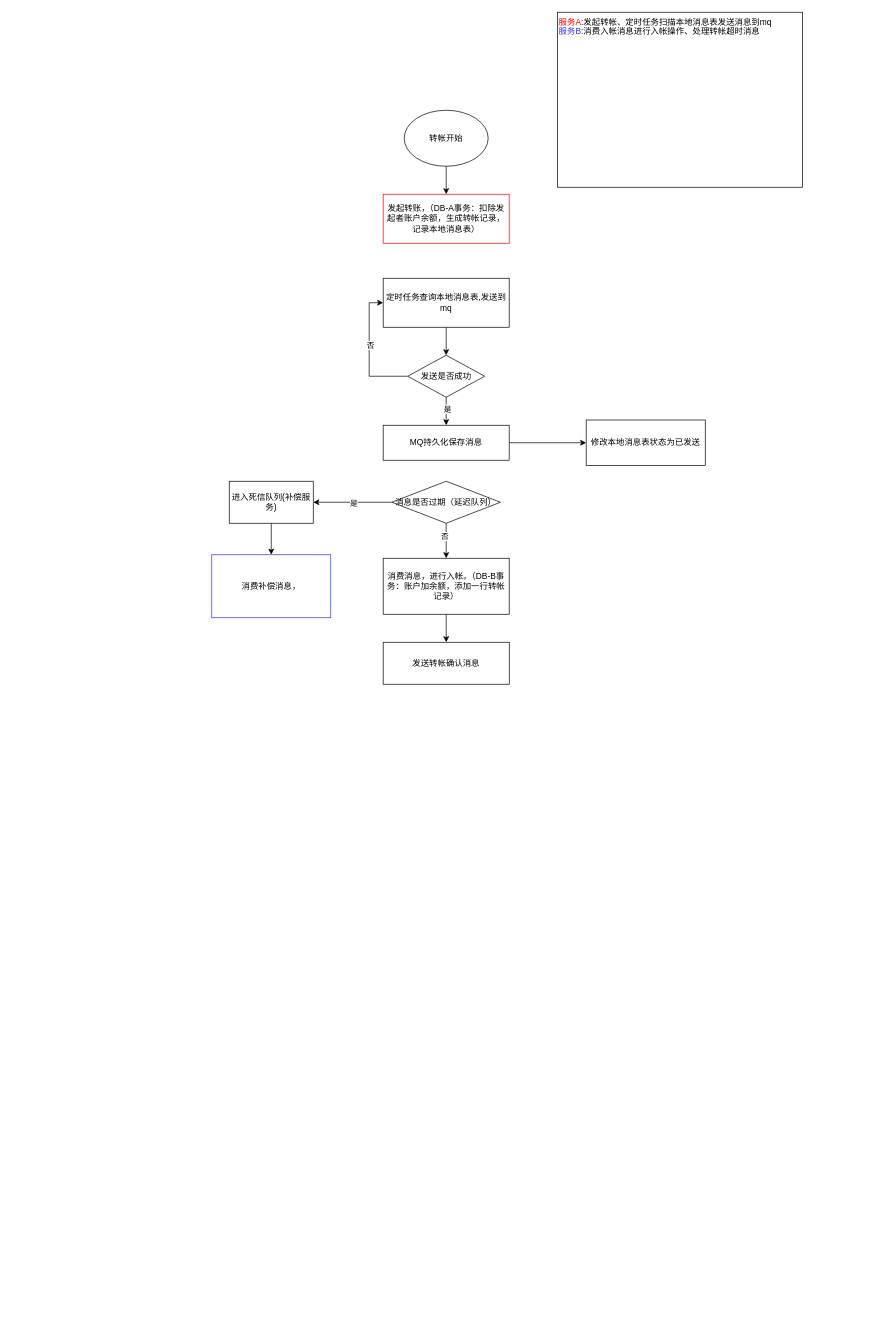
This is transfer-v2-跨数据库.drawio from liepig1223/drawio, a draw.io file, before an edit. Source tidied: cells renumbered, new cells numbered last; positions are measured from the earlier drawing's top-left corner, leaving out a move shared by most shapes. Both pictures are drawn from the tidied source at 70%, with x=0, y=0 at pixel (211, 12).
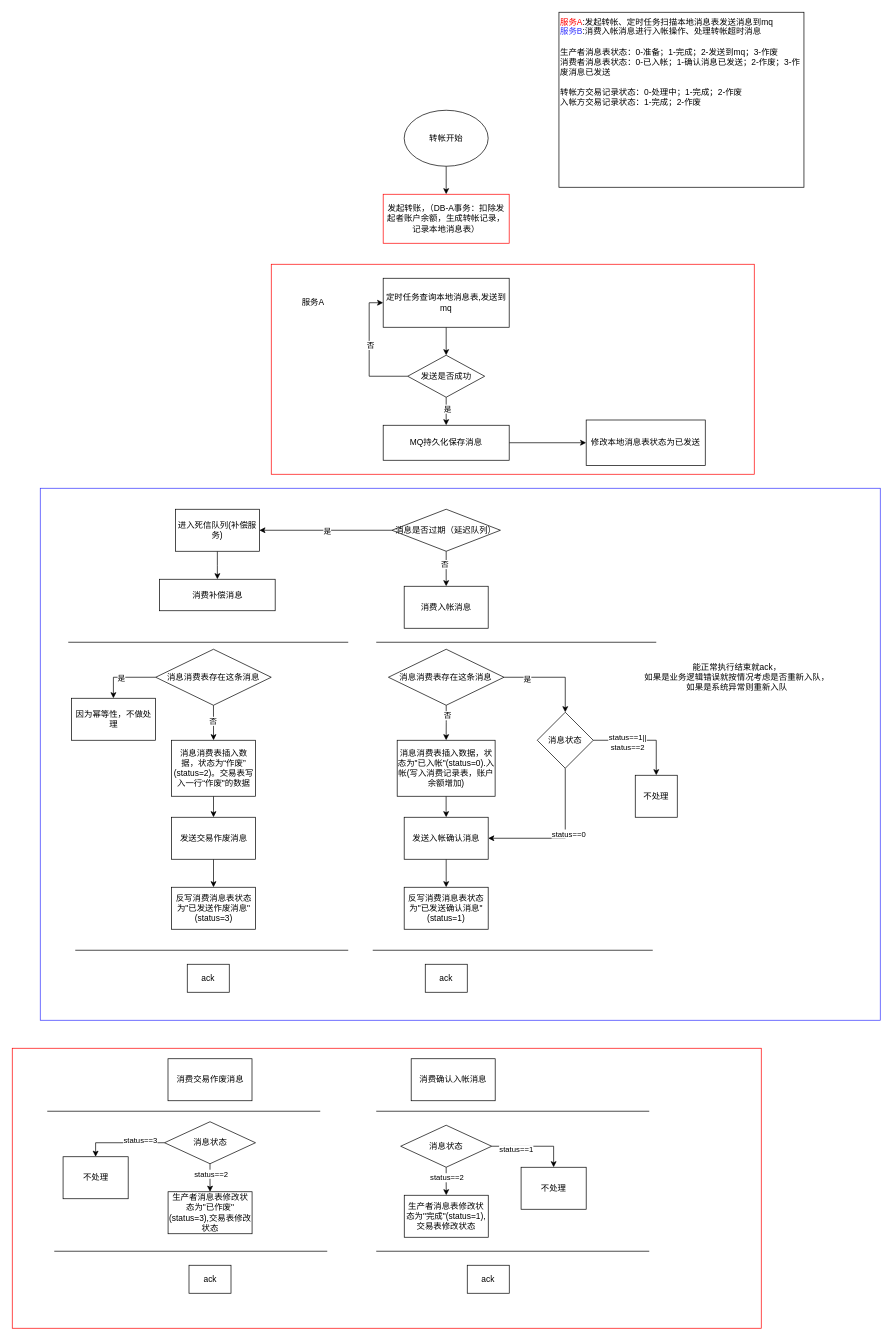
The same page after the edit.

Commit message:
更新transfer-v2-跨数据库.drawio

Diff of the diagram source:
```diff
@@
+    <mxCell id="27" style="rounded=0;whiteSpace=wrap;html=1;strokeColor=#FF0000;" parent="1" vertex="1">
+      <mxGeometry x="-285" y="1480" width="1070" height="400" as="geometry" />
+    </mxCell>
+    <mxCell id="28" style="rounded=0;whiteSpace=wrap;html=1;strokeColor=#3333FF;" parent="1" vertex="1">
+      <mxGeometry x="-245" y="680" width="1200" height="760" as="geometry" />
+    </mxCell>
+    <mxCell id="29" style="rounded=0;whiteSpace=wrap;html=1;verticalAlign=middle;strokeColor=#FF0000;" parent="1" vertex="1">
+      <mxGeometry x="85" y="360" width="690" height="300" as="geometry" />
+    </mxCell>
@@
-    <mxCell id="16" style="edgeStyle=orthogonalEdgeStyle;rounded=0;jettySize=auto;html=1;exitX=0.5;exitY=1;exitDx=0;exitDy=0;entryX=0.5;entryY=0;entryDx=0;entryDy=0;" parent="1" edge="1" source="18" target="22">
+    <mxCell id="16" style="edgeStyle=orthogonalEdgeStyle;rounded=0;jettySize=auto;html=1;exitX=0.5;exitY=1;exitDx=0;exitDy=0;entryX=0.5;entryY=0;entryDx=0;entryDy=0;" parent="1" edge="1" source="18" target="39">
       <mxGeometry relative="1" as="geometry" />
     </mxCell>
@@
     <mxCell id="18" value="消息是否过期（延迟队列）" style="rhombus;whiteSpace=wrap;html=1;" parent="1" vertex="1">
-      <mxGeometry x="257.4" y="670" width="155" height="60" as="geometry" />
+      <mxGeometry x="257.4" y="710" width="155" height="60" as="geometry" />
     </mxCell>
@@
     <mxCell id="20" value="进入死信队列(补偿服务)" style="rounded=0;whiteSpace=wrap;html=1;" parent="1" vertex="1">
-      <mxGeometry x="25" y="670" width="120" height="60" as="geometry" />
+      <mxGeometry x="-52" y="710" width="120" height="60" as="geometry" />
     </mxCell>
-    <mxCell id="21" style="edgeStyle=orthogonalEdgeStyle;rounded=0;jettySize=auto;html=1;exitX=0.5;exitY=1;exitDx=0;exitDy=0;entryX=0.5;entryY=0;entryDx=0;entryDy=0;" parent="1" edge="1" source="22" target="23">
-      <mxGeometry relative="1" as="geometry" />
-    </mxCell>
-    <mxCell id="22" value="消费消息，进行入帐。（DB-B事务：账户加余额，添加一行转帐记录）" style="rounded=0;whiteSpace=wrap;html=1;" parent="1" vertex="1">
-      <mxGeometry x="244.9" y="780" width="180" height="80" as="geometry" />
-    </mxCell>
-    <mxCell id="23" value="发送转帐确认消息" style="rounded=0;whiteSpace=wrap;html=1;" parent="1" vertex="1">
-      <mxGeometry x="244.9" y="900" width="180.1" height="60" as="geometry" />
-    </mxCell>
-    <mxCell id="24" value="消费补偿消息，" style="rounded=0;whiteSpace=wrap;html=1;strokeColor=#3333FF;" parent="1" vertex="1">
-      <mxGeometry y="775" width="170" height="90" as="geometry" />
+    <mxCell id="24" value="消费补偿消息" style="rounded=0;whiteSpace=wrap;html=1;strokeColor=#000000;" parent="1" vertex="1">
+      <mxGeometry x="-74.5" y="810" width="165.1" height="45" as="geometry" />
     </mxCell>
@@
-    <mxCell id="26" value="&lt;div&gt;&lt;span style=&quot;color: rgb(255, 0, 0);&quot;&gt;服务A&lt;/span&gt;:发起转帐、定时任务扫描本地消息表发送消息到mq&lt;/div&gt;&lt;div&gt;&lt;span style=&quot;color: rgb(51, 51, 255);&quot;&gt;服务B&lt;/span&gt;:消费入帐消息进行入帐操作、处理转帐超时消息&lt;br&gt;&lt;/div&gt;" style="rounded=0;whiteSpace=wrap;html=1;align=left;verticalAlign=top;" parent="1" vertex="1">
-      <mxGeometry x="494" width="350" height="250" as="geometry" />
+    <mxCell id="26" value="&lt;div&gt;&lt;span style=&quot;color: rgb(255, 0, 0);&quot;&gt;服务A&lt;/span&gt;:发起转帐、定时任务扫描本地消息表发送消息到mq&lt;/div&gt;&lt;div&gt;&lt;span style=&quot;color: rgb(51, 51, 255);&quot;&gt;服务B&lt;/span&gt;:消费入帐消息进行入帐操作、处理转帐超时消息&lt;br&gt;&lt;/div&gt;&lt;div&gt;&lt;br&gt;&lt;/div&gt;&lt;div&gt;生产者消息表状态：0-准备；1-完成；2-发送到mq；3-作废&lt;/div&gt;&lt;div&gt;消费者消息表状态：0-已入帐；1-确认消息已发送；2-作废；3-作废消息已发送&lt;br&gt;&lt;/div&gt;&lt;div&gt;&lt;br&gt;&lt;/div&gt;&lt;div&gt;转帐方交易记录状态：0-处理中；1-完成；2-作废&lt;/div&gt;&lt;div&gt;入帐方交易记录状态：1-完成；2-作废&lt;/div&gt;" style="rounded=0;whiteSpace=wrap;html=1;align=left;verticalAlign=top;" parent="1" vertex="1">
+      <mxGeometry x="496" width="350" height="250" as="geometry" />
     </mxCell>
+    <mxCell id="30" value="服务A" style="text;html=1;align=center;verticalAlign=middle;whiteSpace=wrap;rounded=0;" parent="1" vertex="1">
+      <mxGeometry x="115" y="400" width="60" height="30" as="geometry" />
+    </mxCell>
+    <mxCell id="31" style="edgeStyle=orthogonalEdgeStyle;rounded=0;jettySize=auto;html=1;exitX=0.5;exitY=1;exitDx=0;exitDy=0;entryX=0.5;entryY=0;entryDx=0;entryDy=0;" parent="1" edge="1" source="35" target="37">
+      <mxGeometry relative="1" as="geometry" />
+    </mxCell>
+    <mxCell id="32" value="否" style="edgeLabel;html=1;align=center;verticalAlign=middle;" parent="31" vertex="1">
+      <mxGeometry x="-0.12" y="-1" relative="1" as="geometry" />
+    </mxCell>
+    <mxCell id="33" style="edgeStyle=orthogonalEdgeStyle;rounded=0;jettySize=auto;html=1;exitX=0;exitY=0.5;exitDx=0;exitDy=0;entryX=0.5;entryY=0;entryDx=0;entryDy=0;" parent="1" edge="1" source="35" target="38">
+      <mxGeometry relative="1" as="geometry" />
+    </mxCell>
+    <mxCell id="34" value="是" style="edgeLabel;html=1;align=center;verticalAlign=middle;" parent="33" vertex="1">
+      <mxGeometry x="0.09" y="1" relative="1" as="geometry" />
+    </mxCell>
+    <mxCell id="35" value="消息消费表存在这条消息" style="rhombus;whiteSpace=wrap;html=1;" parent="1" vertex="1">
+      <mxGeometry x="-80.1" y="910" width="165.1" height="80" as="geometry" />
+    </mxCell>
+    <mxCell id="36" style="edgeStyle=orthogonalEdgeStyle;rounded=0;jettySize=auto;html=1;" parent="1" edge="1" source="37" target="65">
+      <mxGeometry relative="1" as="geometry" />
+    </mxCell>
+    <mxCell id="37" value="消息消费表插入数据，状态为“作废”(status=2)。交易表写入一行“作废&quot;的数据" style="rounded=0;whiteSpace=wrap;html=1;" parent="1" vertex="1">
+      <mxGeometry x="-57.5" y="1040" width="120.1" height="80" as="geometry" />
+    </mxCell>
+    <mxCell id="38" value="因为幂等性，不做处理" style="rounded=0;whiteSpace=wrap;html=1;" parent="1" vertex="1">
+      <mxGeometry x="-200.5" y="980" width="120" height="60" as="geometry" />
+    </mxCell>
+    <mxCell id="39" value="消费入帐消息" style="rounded=0;whiteSpace=wrap;html=1;" parent="1" vertex="1">
+      <mxGeometry x="274.9" y="820" width="120" height="60" as="geometry" />
+    </mxCell>
+    <mxCell id="40" style="edgeStyle=orthogonalEdgeStyle;rounded=0;jettySize=auto;html=1;entryX=0.5;entryY=0;entryDx=0;entryDy=0;" parent="1" edge="1" source="44" target="51">
+      <mxGeometry relative="1" as="geometry" />
+    </mxCell>
+    <mxCell id="41" value="是" style="edgeLabel;html=1;align=center;verticalAlign=middle;" parent="40" vertex="1">
+      <mxGeometry x="-0.52" y="-2" relative="1" as="geometry" />
+    </mxCell>
+    <mxCell id="42" style="edgeStyle=orthogonalEdgeStyle;rounded=0;jettySize=auto;html=1;exitX=0.5;exitY=1;exitDx=0;exitDy=0;entryX=0.5;entryY=0;entryDx=0;entryDy=0;" parent="1" edge="1" source="44" target="46">
+      <mxGeometry relative="1" as="geometry" />
+    </mxCell>
+    <mxCell id="43" value="否" style="edgeLabel;html=1;align=center;verticalAlign=middle;" parent="42" vertex="1">
+      <mxGeometry x="-0.4" y="2" relative="1" as="geometry" />
+    </mxCell>
+    <mxCell id="44" value="消息消费表存在这条消息" style="rhombus;whiteSpace=wrap;html=1;" parent="1" vertex="1">
+      <mxGeometry x="252.4" y="910" width="165.1" height="80" as="geometry" />
+    </mxCell>
+    <mxCell id="45" style="edgeStyle=orthogonalEdgeStyle;rounded=0;jettySize=auto;html=1;entryX=0.5;entryY=0;entryDx=0;entryDy=0;" parent="1" edge="1" source="46" target="54">
+      <mxGeometry relative="1" as="geometry" />
+    </mxCell>
+    <mxCell id="46" value="消息消费表插入数据，状态为&quot;已入帐&quot;(status=0).入帐(写入消费记录表，账户余额增加)" style="rounded=0;whiteSpace=wrap;html=1;" parent="1" vertex="1">
+      <mxGeometry x="264.9" y="1040" width="139.9" height="80" as="geometry" />
+    </mxCell>
+    <mxCell id="47" style="edgeStyle=orthogonalEdgeStyle;rounded=0;jettySize=auto;html=1;exitX=0.5;exitY=1;exitDx=0;exitDy=0;entryX=1;entryY=0.5;entryDx=0;entryDy=0;" parent="1" edge="1" source="51" target="54">
+      <mxGeometry relative="1" as="geometry" />
+    </mxCell>
+    <mxCell id="48" value="status==0" style="edgeLabel;html=1;align=center;verticalAlign=middle;" parent="47" vertex="1">
+      <mxGeometry x="-0.11" y="4" relative="1" as="geometry" />
+    </mxCell>
+    <mxCell id="49" style="edgeStyle=orthogonalEdgeStyle;rounded=0;jettySize=auto;html=1;entryX=0.5;entryY=0;entryDx=0;entryDy=0;" parent="1" edge="1" source="51" target="52">
+      <mxGeometry relative="1" as="geometry" />
+    </mxCell>
+    <mxCell id="50" value="&lt;div&gt;status==1||&lt;/div&gt;&lt;div&gt;status==2&lt;/div&gt;" style="edgeLabel;html=1;align=center;verticalAlign=middle;" parent="49" vertex="1">
+      <mxGeometry x="-0.31" y="-2" relative="1" as="geometry" />
+    </mxCell>
+    <mxCell id="51" value="消息状态" style="rhombus;whiteSpace=wrap;html=1;" parent="1" vertex="1">
+      <mxGeometry x="465" y="1000" width="80" height="80" as="geometry" />
+    </mxCell>
+    <mxCell id="52" value="不处理" style="rounded=0;whiteSpace=wrap;html=1;" parent="1" vertex="1">
+      <mxGeometry x="605" y="1090" width="60" height="60" as="geometry" />
+    </mxCell>
+    <mxCell id="53" style="edgeStyle=orthogonalEdgeStyle;rounded=0;jettySize=auto;html=1;" parent="1" edge="1" source="54" target="55">
+      <mxGeometry relative="1" as="geometry" />
+    </mxCell>
+    <mxCell id="54" value="发送入帐确认消息" style="rounded=0;whiteSpace=wrap;html=1;" parent="1" vertex="1">
+      <mxGeometry x="274.9" y="1150" width="120" height="60" as="geometry" />
+    </mxCell>
+    <mxCell id="55" value="反写消费消息表状态为&quot;已发送确认消息&quot;(status=1)" style="whiteSpace=wrap;html=1;rounded=0;" parent="1" vertex="1">
+      <mxGeometry x="274.9" y="1250" width="120" height="60" as="geometry" />
+    </mxCell>
+    <mxCell id="56" value="消费确认入帐消息" style="rounded=0;whiteSpace=wrap;html=1;" parent="1" vertex="1">
+      <mxGeometry x="284.9" y="1495" width="120" height="60" as="geometry" />
+    </mxCell>
+    <mxCell id="57" style="edgeStyle=orthogonalEdgeStyle;rounded=0;jettySize=auto;html=1;exitX=0.5;exitY=1;exitDx=0;exitDy=0;entryX=0.5;entryY=0;entryDx=0;entryDy=0;" parent="1" edge="1" source="61" target="62">
+      <mxGeometry relative="1" as="geometry" />
+    </mxCell>
+    <mxCell id="58" value="status==2" style="edgeLabel;html=1;align=center;verticalAlign=middle;" parent="57" vertex="1">
+      <mxGeometry x="-0.3" y="1" relative="1" as="geometry" />
+    </mxCell>
+    <mxCell id="59" style="edgeStyle=orthogonalEdgeStyle;rounded=0;jettySize=auto;html=1;exitX=1;exitY=0.5;exitDx=0;exitDy=0;entryX=0.5;entryY=0;entryDx=0;entryDy=0;" parent="1" edge="1" source="61" target="63">
+      <mxGeometry relative="1" as="geometry" />
+    </mxCell>
+    <mxCell id="60" value="status==1" style="edgeLabel;html=1;align=center;verticalAlign=middle;" parent="59" vertex="1">
+      <mxGeometry x="-0.41" y="-4" relative="1" as="geometry" />
+    </mxCell>
+    <mxCell id="61" value="消息状态" style="rhombus;whiteSpace=wrap;html=1;" parent="1" vertex="1">
+      <mxGeometry x="269.9" y="1590" width="130" height="60" as="geometry" />
+    </mxCell>
+    <mxCell id="62" value="生产者消息表修改状态为&quot;完成&quot;(status=1),交易表修改状态" style="rounded=0;whiteSpace=wrap;html=1;" parent="1" vertex="1">
+      <mxGeometry x="275" y="1690" width="120" height="60" as="geometry" />
+    </mxCell>
+    <mxCell id="63" value="不处理" style="rounded=0;whiteSpace=wrap;html=1;" parent="1" vertex="1">
+      <mxGeometry x="441.9" y="1650" width="93" height="60" as="geometry" />
+    </mxCell>
+    <mxCell id="64" style="edgeStyle=orthogonalEdgeStyle;rounded=0;jettySize=auto;html=1;entryX=0.5;entryY=0;entryDx=0;entryDy=0;" parent="1" edge="1" source="65" target="66">
+      <mxGeometry relative="1" as="geometry" />
+    </mxCell>
+    <mxCell id="65" value="发送交易作废消息" style="whiteSpace=wrap;html=1;rounded=0;" parent="1" vertex="1">
+      <mxGeometry x="-57.5" y="1150" width="120" height="60" as="geometry" />
+    </mxCell>
+    <mxCell id="66" value="反写消费消息表状态为&quot;已发送作废消息&quot;(status=3)" style="whiteSpace=wrap;html=1;rounded=0;" parent="1" vertex="1">
+      <mxGeometry x="-57.5" y="1250" width="120" height="60" as="geometry" />
+    </mxCell>
+    <mxCell id="67" value="消费交易作废消息" style="rounded=0;whiteSpace=wrap;html=1;" parent="1" vertex="1">
+      <mxGeometry x="-62.5" y="1495" width="120" height="60" as="geometry" />
+    </mxCell>
+    <mxCell id="68" style="edgeStyle=orthogonalEdgeStyle;rounded=0;jettySize=auto;html=1;exitX=0.5;exitY=1;exitDx=0;exitDy=0;entryX=0.5;entryY=0;entryDx=0;entryDy=0;" parent="1" edge="1" source="70" target="71">
+      <mxGeometry relative="1" as="geometry" />
+    </mxCell>
+    <mxCell id="69" value="status==2" style="edgeLabel;html=1;align=center;verticalAlign=middle;" parent="68" vertex="1">
+      <mxGeometry x="-0.3" y="1" relative="1" as="geometry" />
+    </mxCell>
+    <mxCell id="70" value="消息状态" style="rhombus;whiteSpace=wrap;html=1;" parent="1" vertex="1">
+      <mxGeometry x="-67.5" y="1585" width="130" height="60" as="geometry" />
+    </mxCell>
+    <mxCell id="71" value="生产者消息表修改状态为&quot;已作废&quot;(status=3),交易表修改状态" style="rounded=0;whiteSpace=wrap;html=1;" parent="1" vertex="1">
+      <mxGeometry x="-62.4" y="1685" width="120" height="60" as="geometry" />
+    </mxCell>
+    <mxCell id="72" value="不处理" style="rounded=0;whiteSpace=wrap;html=1;" parent="1" vertex="1">
+      <mxGeometry x="-212.4" y="1635" width="93" height="60" as="geometry" />
+    </mxCell>
+    <mxCell id="73" style="edgeStyle=orthogonalEdgeStyle;rounded=0;jettySize=auto;html=1;exitX=0;exitY=0.5;exitDx=0;exitDy=0;entryX=0.5;entryY=0;entryDx=0;entryDy=0;" parent="1" edge="1" source="70" target="72">
+      <mxGeometry relative="1" as="geometry" />
+    </mxCell>
+    <mxCell id="74" value="status==3" style="edgeLabel;html=1;align=center;verticalAlign=middle;" parent="73" vertex="1">
+      <mxGeometry x="-0.41" y="-4" relative="1" as="geometry" />
+    </mxCell>
+    <mxCell id="75" value="ack" style="rounded=0;whiteSpace=wrap;html=1;" parent="1" vertex="1">
+      <mxGeometry x="305" y="1360" width="60" height="40" as="geometry" />
+    </mxCell>
+    <mxCell id="76" style="endArrow=none;html=1;rounded=0;" parent="1" edge="1">
+      <mxGeometry relative="1" as="geometry">
+        <mxPoint x="235" y="900" as="sourcePoint" />
+        <mxPoint x="635" y="900" as="targetPoint" />
+      </mxGeometry>
+    </mxCell>
+    <mxCell id="77" style="endArrow=none;html=1;rounded=0;" parent="1" edge="1">
+      <mxGeometry relative="1" as="geometry">
+        <mxPoint x="230" y="1340" as="sourcePoint" />
+        <mxPoint x="630" y="1340" as="targetPoint" />
+      </mxGeometry>
+    </mxCell>
+    <mxCell id="78" value="&lt;div&gt;能正常执行结束就ack，&lt;/div&gt;&lt;div&gt;如果是业务逻辑错误就按情况考虑是否重新入队，&lt;/div&gt;&lt;div&gt;如果是系统异常则重新入队&lt;/div&gt;" style="text;html=1;align=center;verticalAlign=middle;strokeColor=none;fillColor=none;" parent="1" vertex="1">
+      <mxGeometry x="605" y="920" width="290" height="60" as="geometry" />
+    </mxCell>
+    <mxCell id="79" style="endArrow=none;html=1;rounded=0;" parent="1" edge="1">
+      <mxGeometry relative="1" as="geometry">
+        <mxPoint x="-195" y="1340" as="sourcePoint" />
+        <mxPoint x="195" y="1340" as="targetPoint" />
+      </mxGeometry>
+    </mxCell>
+    <mxCell id="80" style="endArrow=none;html=1;rounded=0;" parent="1" edge="1">
+      <mxGeometry relative="1" as="geometry">
+        <mxPoint x="-205" y="900" as="sourcePoint" />
+        <mxPoint x="195" y="900" as="targetPoint" />
+      </mxGeometry>
+    </mxCell>
+    <mxCell id="81" value="ack" style="rounded=0;whiteSpace=wrap;html=1;" parent="1" vertex="1">
+      <mxGeometry x="-35" y="1360" width="60" height="40" as="geometry" />
+    </mxCell>
+    <mxCell id="82" style="endArrow=none;html=1;rounded=0;" parent="1" edge="1">
+      <mxGeometry relative="1" as="geometry">
+        <mxPoint x="-235" y="1570" as="sourcePoint" />
+        <mxPoint x="155" y="1570" as="targetPoint" />
+      </mxGeometry>
+    </mxCell>
+    <mxCell id="83" style="endArrow=none;html=1;rounded=0;" parent="1" edge="1">
+      <mxGeometry relative="1" as="geometry">
+        <mxPoint x="235" y="1570" as="sourcePoint" />
+        <mxPoint x="625" y="1570" as="targetPoint" />
+      </mxGeometry>
+    </mxCell>
+    <mxCell id="84" style="endArrow=none;html=1;rounded=0;" parent="1" edge="1">
+      <mxGeometry relative="1" as="geometry">
+        <mxPoint x="-225" y="1770" as="sourcePoint" />
+        <mxPoint x="165" y="1770" as="targetPoint" />
+      </mxGeometry>
+    </mxCell>
+    <mxCell id="85" style="endArrow=none;html=1;rounded=0;" parent="1" edge="1">
+      <mxGeometry relative="1" as="geometry">
+        <mxPoint x="235" y="1770" as="sourcePoint" />
+        <mxPoint x="625" y="1770" as="targetPoint" />
+      </mxGeometry>
+    </mxCell>
+    <mxCell id="86" value="ack" style="rounded=0;whiteSpace=wrap;html=1;" parent="1" vertex="1">
+      <mxGeometry x="-32.5" y="1790" width="60" height="40" as="geometry" />
+    </mxCell>
+    <mxCell id="87" value="ack" style="rounded=0;whiteSpace=wrap;html=1;" parent="1" vertex="1">
+      <mxGeometry x="365" y="1790" width="60" height="40" as="geometry" />
+    </mxCell>
```
